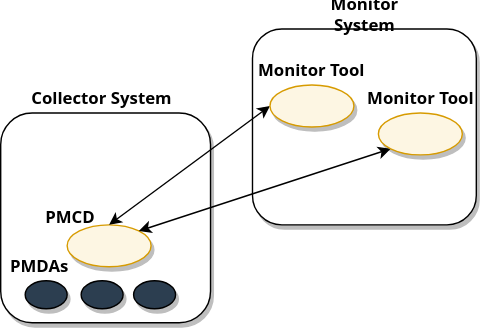
This is images/remote-deploy.svg from performancecopilot/pcp, a draw.io export, as it was before one commit. Source tidied: cells renumbered, new cells last; positions are measured from the earlier drawing's top-left corner, leaving out a move shared by most shapes.
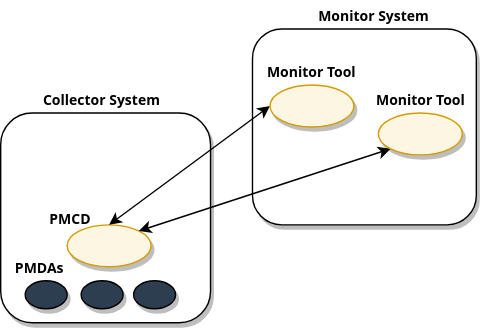
The same diagram one commit later.

Change to the diagram source:
```diff
@@ -2,56 +2,56 @@
   <root>
     <mxCell id="0" />
     <mxCell id="1" parent="0" />
-    <mxCell id="2" style="rounded=1;whiteSpace=wrap;html=1;shadow=1;fontStyle=1;fontFamily=Sans;" parent="1" vertex="1">
+    <mxCell id="2" style="rounded=1;whiteSpace=wrap;html=1;shadow=1;fontStyle=1;fontFamily=Sans;fontSize=10;" parent="1" vertex="1">
       <mxGeometry y="80" width="150" height="150" as="geometry" />
     </mxCell>
-    <mxCell id="3" style="rounded=1;whiteSpace=wrap;html=1;shadow=1;fontStyle=1;fontFamily=Sans;" parent="1" vertex="1">
+    <mxCell id="3" style="rounded=1;whiteSpace=wrap;html=1;shadow=1;fontStyle=1;fontFamily=Sans;fontSize=10;" parent="1" vertex="1">
       <mxGeometry x="180" y="20" width="160" height="140" as="geometry" />
     </mxCell>
-    <mxCell id="4" style="ellipse;whiteSpace=wrap;html=1;shadow=1;fontStyle=1;fillColor=#FDF6E3;strokeColor=#D79B00;fontFamily=Sans;" parent="1" vertex="1">
+    <mxCell id="4" style="ellipse;whiteSpace=wrap;html=1;shadow=1;fontStyle=1;fillColor=#FDF6E3;strokeColor=#D79B00;fontFamily=Sans;fontSize=10;" parent="1" vertex="1">
       <mxGeometry x="47.5" y="160" width="60" height="30" as="geometry" />
     </mxCell>
-    <mxCell id="5" style="ellipse;whiteSpace=wrap;html=1;fontColor=#333333;shadow=1;fontStyle=1;fillColor=#2C3E50;fontFamily=Sans;" parent="1" vertex="1">
+    <mxCell id="5" style="ellipse;whiteSpace=wrap;html=1;fontColor=#333333;shadow=1;fontStyle=1;fillColor=#2C3E50;fontFamily=Sans;fontSize=10;" parent="1" vertex="1">
       <mxGeometry x="17.5" y="200" width="30" height="20" as="geometry" />
     </mxCell>
-    <mxCell id="6" style="endArrow=classic;startArrow=classic;html=1;exitX=0.5;exitY=0;exitDx=0;exitDy=0;entryX=0;entryY=0.5;entryDx=0;entryDy=0;shadow=0;fontStyle=1;fontFamily=Sans;" parent="1" edge="1" source="4">
+    <mxCell id="6" style="endArrow=classic;startArrow=classic;html=1;exitX=0.5;exitY=0;exitDx=0;exitDy=0;entryX=0;entryY=0.5;entryDx=0;entryDy=0;shadow=0;fontStyle=1;fontFamily=Sans;fontSize=10;" parent="1" edge="1" source="4">
       <mxGeometry relative="1" as="geometry">
         <mxPoint x="192.5" y="75" as="targetPoint" />
       </mxGeometry>
     </mxCell>
-    <mxCell id="7" style="endArrow=classic;startArrow=classic;html=1;exitX=1;exitY=0;exitDx=0;exitDy=0;entryX=0;entryY=1;entryDx=0;entryDy=0;shadow=0;fontStyle=1;fontFamily=Sans;" parent="1" edge="1" source="4">
+    <mxCell id="7" style="endArrow=classic;startArrow=classic;html=1;exitX=1;exitY=0;exitDx=0;exitDy=0;entryX=0;entryY=1;entryDx=0;entryDy=0;shadow=0;fontStyle=1;fontFamily=Sans;fontSize=10;" parent="1" edge="1" source="4">
       <mxGeometry relative="1" as="geometry">
         <mxPoint x="278.8" y="105.6" as="targetPoint" />
       </mxGeometry>
     </mxCell>
-    <mxCell id="8" value="Collector System" style="text;html=1;strokeColor=none;fillColor=none;align=center;verticalAlign=middle;whiteSpace=wrap;rounded=0;shadow=1;fontStyle=1;fontFamily=Sans;" parent="1" vertex="1">
-      <mxGeometry x="20" y="60" width="105" height="20" as="geometry" />
+    <mxCell id="8" value="Collector System" style="text;html=1;strokeColor=none;fillColor=none;align=center;verticalAlign=middle;whiteSpace=wrap;rounded=0;shadow=1;fontStyle=1;fontFamily=Sans;fontSize=10;" parent="1" vertex="1">
+      <mxGeometry x="5" y="60" width="135" height="20" as="geometry" />
     </mxCell>
-    <mxCell id="9" value="Monitor System" style="text;html=1;strokeColor=none;fillColor=none;align=center;verticalAlign=middle;whiteSpace=wrap;rounded=0;shadow=1;fontStyle=1;fontFamily=Sans;" parent="1" vertex="1">
-      <mxGeometry x="212.5" width="95" height="20" as="geometry" />
+    <mxCell id="9" value="Monitor System" style="text;html=1;strokeColor=none;fillColor=none;align=center;verticalAlign=middle;whiteSpace=wrap;rounded=0;shadow=1;fontStyle=1;fontFamily=Sans;fontSize=10;" parent="1" vertex="1">
+      <mxGeometry x="212.5" width="107.5" height="20" as="geometry" />
     </mxCell>
-    <mxCell id="10" value="Monitor Tool" style="text;html=1;strokeColor=none;fillColor=none;align=center;verticalAlign=middle;whiteSpace=wrap;rounded=0;shadow=1;fontStyle=1;fontFamily=Sans;" parent="1" vertex="1">
+    <mxCell id="10" value="Monitor Tool" style="text;html=1;strokeColor=none;fillColor=none;align=center;verticalAlign=middle;whiteSpace=wrap;rounded=0;shadow=1;fontStyle=1;fontFamily=Sans;fontSize=10;" parent="1" vertex="1">
       <mxGeometry x="175" y="40" width="95" height="20" as="geometry" />
     </mxCell>
-    <mxCell id="11" value="Monitor Tool" style="text;html=1;strokeColor=none;fillColor=none;align=center;verticalAlign=middle;whiteSpace=wrap;rounded=0;shadow=1;fontStyle=1;fontFamily=Sans;" parent="1" vertex="1">
+    <mxCell id="11" value="Monitor Tool" style="text;html=1;strokeColor=none;fillColor=none;align=center;verticalAlign=middle;whiteSpace=wrap;rounded=0;shadow=1;fontStyle=1;fontFamily=Sans;fontSize=10;" parent="1" vertex="1">
       <mxGeometry x="252.5" y="60" width="95" height="20" as="geometry" />
     </mxCell>
-    <mxCell id="12" value="PMCD" style="text;html=1;strokeColor=none;fillColor=none;align=center;verticalAlign=middle;whiteSpace=wrap;rounded=0;shadow=1;fontStyle=1;fontFamily=Sans;" parent="1" vertex="1">
+    <mxCell id="12" value="PMCD" style="text;html=1;strokeColor=none;fillColor=none;align=center;verticalAlign=middle;whiteSpace=wrap;rounded=0;shadow=1;fontStyle=1;fontFamily=Sans;fontSize=10;" parent="1" vertex="1">
       <mxGeometry x="30" y="145" width="40" height="20" as="geometry" />
     </mxCell>
-    <mxCell id="13" value="PMDAs" style="text;html=1;strokeColor=none;fillColor=none;align=center;verticalAlign=middle;whiteSpace=wrap;rounded=0;shadow=1;fontStyle=1;fontFamily=Sans;" parent="1" vertex="1">
+    <mxCell id="13" value="PMDAs" style="text;html=1;strokeColor=none;fillColor=none;align=center;verticalAlign=middle;whiteSpace=wrap;rounded=0;shadow=1;fontStyle=1;fontFamily=Sans;fontSize=10;" parent="1" vertex="1">
       <mxGeometry x="7.5" y="180" width="40" height="20" as="geometry" />
     </mxCell>
-    <mxCell id="14" style="ellipse;whiteSpace=wrap;html=1;fontColor=#333333;shadow=1;fontStyle=1;fillColor=#2C3E50;fontFamily=Sans;" parent="1" vertex="1">
+    <mxCell id="14" style="ellipse;whiteSpace=wrap;html=1;fontColor=#333333;shadow=1;fontStyle=1;fillColor=#2C3E50;fontFamily=Sans;fontSize=10;" parent="1" vertex="1">
       <mxGeometry x="95" y="200" width="30" height="20" as="geometry" />
     </mxCell>
-    <mxCell id="15" style="ellipse;whiteSpace=wrap;html=1;fontColor=#333333;shadow=1;fontStyle=1;fillColor=#2C3E50;fontFamily=Sans;" parent="1" vertex="1">
+    <mxCell id="15" style="ellipse;whiteSpace=wrap;html=1;fontColor=#333333;shadow=1;fontStyle=1;fillColor=#2C3E50;fontFamily=Sans;fontSize=10;" parent="1" vertex="1">
       <mxGeometry x="57.5" y="200" width="30" height="20" as="geometry" />
     </mxCell>
-    <mxCell id="16" style="ellipse;whiteSpace=wrap;html=1;shadow=1;fontStyle=1;fillColor=#FDF6E3;strokeColor=#D79B00;fontFamily=Sans;" parent="1" vertex="1">
+    <mxCell id="16" style="ellipse;whiteSpace=wrap;html=1;shadow=1;fontStyle=1;fillColor=#FDF6E3;strokeColor=#D79B00;fontFamily=Sans;fontSize=10;" parent="1" vertex="1">
       <mxGeometry x="270" y="80" width="60" height="30" as="geometry" />
     </mxCell>
-    <mxCell id="17" style="ellipse;whiteSpace=wrap;html=1;shadow=1;fontStyle=1;fillColor=#FDF6E3;strokeColor=#D79B00;fontFamily=Sans;" parent="1" vertex="1">
+    <mxCell id="17" style="ellipse;whiteSpace=wrap;html=1;shadow=1;fontStyle=1;fillColor=#FDF6E3;strokeColor=#D79B00;fontFamily=Sans;fontSize=10;" parent="1" vertex="1">
       <mxGeometry x="192.5" y="60" width="60" height="30" as="geometry" />
     </mxCell>
   </root>
```
